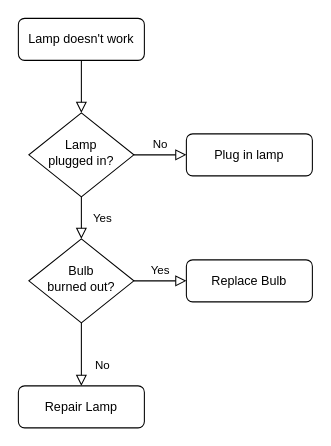
Tomoppenheimer/Login-and-Register keeps this draw.io diagram as Untitled Diagram.drawio. Above is the earlier version. Source tidied: cells renumbered, new cells numbered last; positions are measured from the earlier drawing's top-left corner, leaving out a move shared by most shapes. Both pictures are drawn from the tidied source at 105%, with x=0, y=0 at pixel (18, 18).
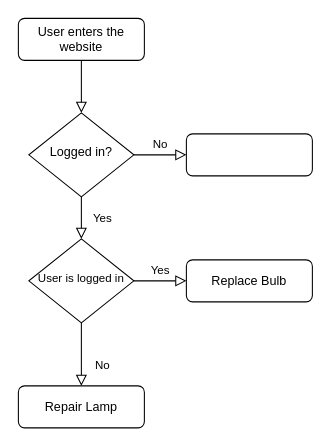
Above is the later version.

Commit message:
Update Log in and Register Diagram.drawio

Diff of the diagram source:
```diff
@@
 <mxGraphModel>
   <root>
     <mxCell id="0" />
     <mxCell id="1" parent="0" />
     <mxCell id="2" style="rounded=0;html=1;jettySize=auto;fontSize=11;endArrow=block;endFill=0;endSize=8;strokeWidth=1;shadow=0;labelBackgroundColor=none;edgeStyle=orthogonalEdgeStyle;" parent="1" edge="1" source="3" target="6">
       <mxGeometry relative="1" as="geometry" />
     </mxCell>
-    <mxCell id="3" value="Lamp doesn't work" style="rounded=1;whiteSpace=wrap;html=1;fontSize=12;glass=0;strokeWidth=1;shadow=0;" parent="1" vertex="1">
+    <mxCell id="3" value="User enters the website" style="rounded=1;whiteSpace=wrap;html=1;fontSize=12;glass=0;strokeWidth=1;shadow=0;" parent="1" vertex="1">
       <mxGeometry width="120" height="40" as="geometry" />
     </mxCell>
     <mxCell id="4" value="Yes" style="rounded=0;html=1;jettySize=auto;fontSize=11;endArrow=block;endFill=0;endSize=8;strokeWidth=1;shadow=0;labelBackgroundColor=none;edgeStyle=orthogonalEdgeStyle;" parent="1" edge="1" source="6" target="10">
       <mxGeometry y="20" relative="1" as="geometry" />
     </mxCell>
     <mxCell id="5" value="No" style="edgeStyle=orthogonalEdgeStyle;rounded=0;html=1;jettySize=auto;fontSize=11;endArrow=block;endFill=0;endSize=8;strokeWidth=1;shadow=0;labelBackgroundColor=none;" parent="1" edge="1" source="6" target="7">
       <mxGeometry y="10" relative="1" as="geometry" />
     </mxCell>
-    <mxCell id="6" value="Lamp&lt;br&gt;plugged in?" style="rhombus;whiteSpace=wrap;html=1;shadow=0;fontFamily=Helvetica;fontSize=12;align=center;strokeWidth=1;spacing=6;spacingTop=-4;" parent="1" vertex="1">
+    <mxCell id="6" value="Logged in?" style="rhombus;whiteSpace=wrap;html=1;shadow=0;fontFamily=Helvetica;fontSize=12;align=center;strokeWidth=1;spacing=6;spacingTop=-4;" parent="1" vertex="1">
       <mxGeometry x="10" y="90" width="100" height="80" as="geometry" />
     </mxCell>
-    <mxCell id="7" value="Plug in lamp" style="rounded=1;whiteSpace=wrap;html=1;fontSize=12;glass=0;strokeWidth=1;shadow=0;" parent="1" vertex="1">
+    <mxCell id="7" style="rounded=1;whiteSpace=wrap;html=1;fontSize=12;glass=0;strokeWidth=1;shadow=0;" parent="1" vertex="1">
       <mxGeometry x="160" y="110" width="120" height="40" as="geometry" />
     </mxCell>
     <mxCell id="8" value="No" style="rounded=0;html=1;jettySize=auto;fontSize=11;endArrow=block;endFill=0;endSize=8;strokeWidth=1;shadow=0;labelBackgroundColor=none;edgeStyle=orthogonalEdgeStyle;" parent="1" edge="1" source="10" target="11">
       <mxGeometry x="0.33" y="20" relative="1" as="geometry" />
     </mxCell>
     <mxCell id="9" value="Yes" style="edgeStyle=orthogonalEdgeStyle;rounded=0;html=1;jettySize=auto;fontSize=11;endArrow=block;endFill=0;endSize=8;strokeWidth=1;shadow=0;labelBackgroundColor=none;" parent="1" edge="1" source="10" target="12">
       <mxGeometry y="10" relative="1" as="geometry" />
     </mxCell>
-    <mxCell id="10" value="Bulb&lt;br&gt;burned out?" style="rhombus;whiteSpace=wrap;html=1;shadow=0;fontFamily=Helvetica;fontSize=12;align=center;strokeWidth=1;spacing=6;spacingTop=-4;" parent="1" vertex="1">
+    <mxCell id="10" value="&lt;font style=&quot;font-size: 11px&quot;&gt;User is logged in&lt;/font&gt;" style="rhombus;whiteSpace=wrap;html=1;shadow=0;fontFamily=Helvetica;fontSize=12;align=center;strokeWidth=1;spacing=6;spacingTop=-4;" parent="1" vertex="1">
       <mxGeometry x="10" y="210" width="100" height="80" as="geometry" />
     </mxCell>
     <mxCell id="11" value="Repair Lamp" style="rounded=1;whiteSpace=wrap;html=1;fontSize=12;glass=0;strokeWidth=1;shadow=0;" parent="1" vertex="1">
       <mxGeometry y="350" width="120" height="40" as="geometry" />
     </mxCell>
     <mxCell id="12" value="Replace Bulb" style="rounded=1;whiteSpace=wrap;html=1;fontSize=12;glass=0;strokeWidth=1;shadow=0;" parent="1" vertex="1">
       <mxGeometry x="160" y="230" width="120" height="40" as="geometry" />
     </mxCell>
   </root>
 </mxGraphModel>
```
